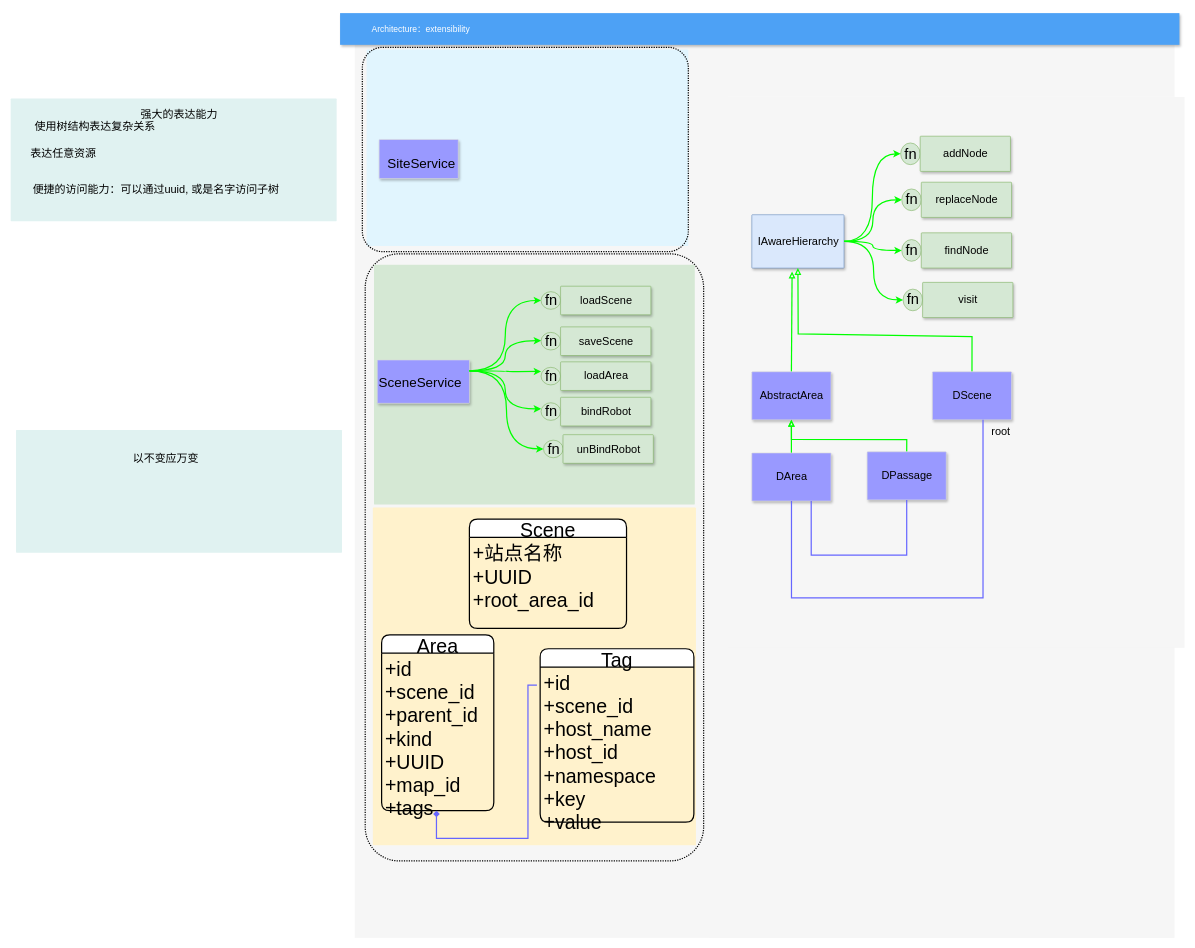
Earlier version of the draw.io diagram craft/a_site_model_2.drawio (feihu618/drawio). Source tidied: cells renumbered, new cells numbered last; positions are measured from the earlier drawing's top-left corner, leaving out a move shared by most shapes. Both pictures are drawn from the tidied source at 61%, with x=0, y=0 at pixel (10, 13).
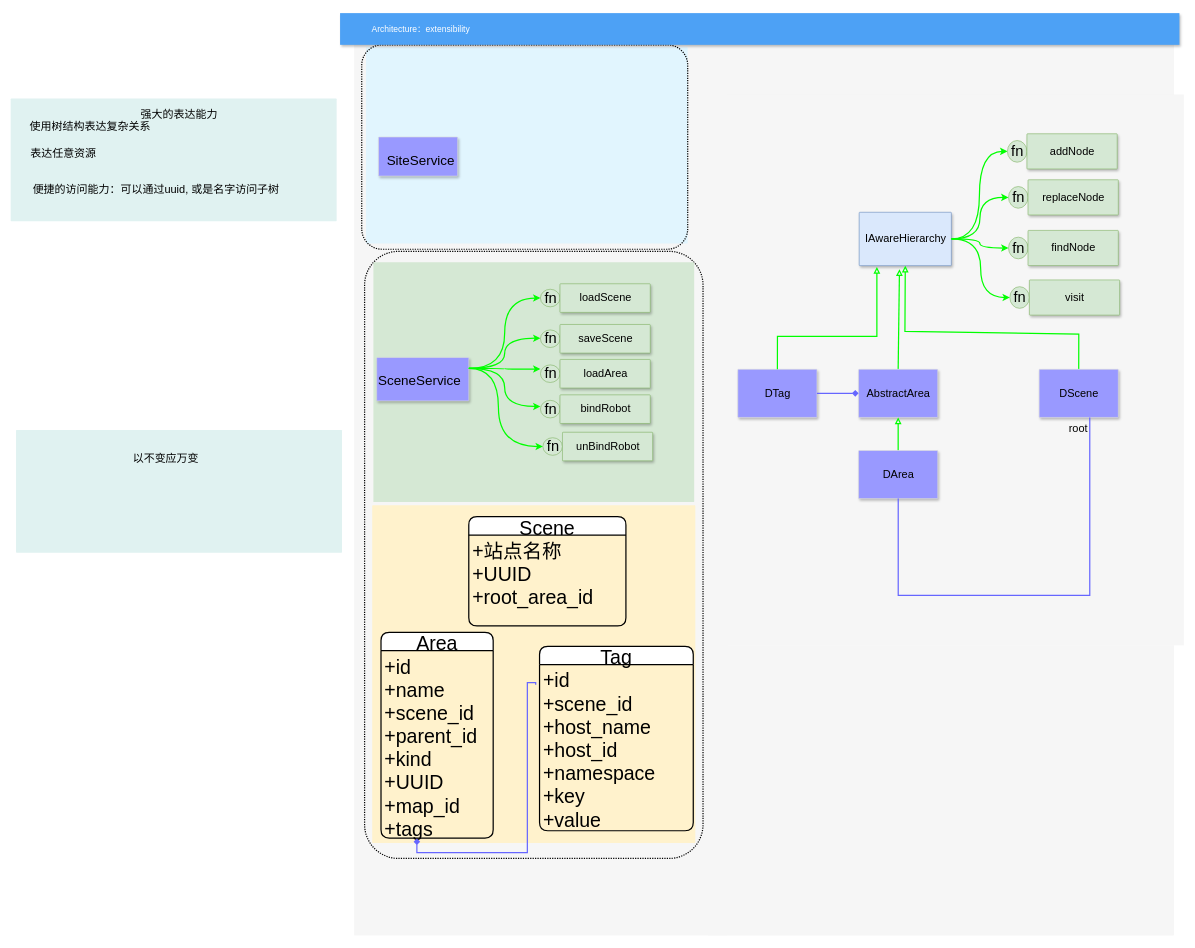
Above is the later version.

Unchanged cells that the change refers to:
```xml
<mxCell id="3" style="fillColor=#F6F6F6;strokeColor=none;shadow=0;gradientColor=none;fontSize=14;align=left;spacing=10;fontColor=#717171;9E9E9E;verticalAlign=top;spacingTop=-4;fontStyle=0;spacingLeft=40;html=1;" parent="2" vertex="1">
  <mxGeometry x="16" y="85.4" width="764.3" height="903.1" as="geometry" />
</mxCell>
<mxCell id="32" style="fillColor=#F6F6F6;strokeColor=none;shadow=0;gradientColor=none;fontSize=14;align=left;spacing=10;fontColor=#717171;9E9E9E;verticalAlign=top;spacingTop=-4;fontStyle=0;spacingLeft=40;html=1;" parent="2" vertex="1">
  <mxGeometry x="-580" y="-3.6" width="612" height="1467.6" as="geometry" />
</mxCell>
<mxCell id="46" style="group;" parent="32" vertex="1">
  <mxGeometry x="31.6" y="364.1" width="525.9" height="393.1" as="geometry" />
</mxCell>
<mxCell id="48" style="strokeColor=#dddddd;fillColor=#9999FF;shadow=1;strokeWidth=1;rounded=1;absoluteArcSize=1;arcSize=2;fontSize=10;fontColor=#9E9E9E;align=center;html=1;" parent="46" vertex="1">
  <mxGeometry x="5.4" y="156.1" width="151.1" height="71.1" as="geometry" />
</mxCell>
<mxCell id="67" value="fn" style="shape=mxgraph.electrical.abstract.function;html=1;shadow=0;dashed=0;align=center;strokeWidth=1;fontSize=24;fillColor=#d5e8d4;strokeColor=#82b366;" parent="66" vertex="1">
  <mxGeometry y="9" width="32" height="28.8" as="geometry" />
</mxCell>
```

Change to the diagram source:
```diff
@@
     <mxCell id="2" style="sketch=0;rounded=1;absoluteArcSize=1;arcSize=2;html=1;strokeColor=none;gradientColor=none;shadow=0;dashed=0;fontSize=12;fontColor=#9E9E9E;align=left;verticalAlign=top;spacing=10;spacingTop=-4;fillColor=#F6F6F6;" parent="1" vertex="1">
-      <mxGeometry x="1144" y="52" width="764" height="1464" as="geometry" />
+      <mxGeometry x="1143" y="48" width="764" height="1464" as="geometry" />
     </mxCell>
@@
     <mxCell id="4" value="&lt;font style=&quot;font-size: 18px&quot;&gt;IAwareHierarchy&lt;/font&gt;" style="strokeColor=#6c8ebf;fillColor=#dae8fc;shadow=1;strokeWidth=1;rounded=1;absoluteArcSize=1;arcSize=2;fontSize=10;align=center;html=1;" parent="3" vertex="1">
-      <mxGeometry x="55" y="193.1" width="151.1" height="87.5" as="geometry" />
+      <mxGeometry x="232" y="193.1" width="151.1" height="87.5" as="geometry" />
     </mxCell>
@@
     <mxCell id="6" value="&lt;font style=&quot;font-size: 18px&quot; color=&quot;#000000&quot;&gt;AbstractArea&lt;/font&gt;" style="strokeColor=#dddddd;fillColor=#9999FF;shadow=1;strokeWidth=1;rounded=1;absoluteArcSize=1;arcSize=2;fontSize=10;fontColor=#9E9E9E;align=center;html=1;" parent="3" vertex="1">
-      <mxGeometry x="55" y="450.5" width="129.8" height="78.9" as="geometry" />
+      <mxGeometry x="231" y="450.5" width="129.8" height="78.9" as="geometry" />
     </mxCell>
@@
     <mxCell id="8" value="&lt;font style=&quot;font-size: 18px&quot; color=&quot;#000000&quot;&gt;DArea&lt;/font&gt;" style="strokeColor=#dddddd;fillColor=#9999FF;shadow=1;strokeWidth=1;rounded=1;absoluteArcSize=1;arcSize=2;fontSize=10;fontColor=#9E9E9E;align=center;html=1;" parent="3" vertex="1">
-      <mxGeometry x="55" y="583.6" width="129.8" height="78.9" as="geometry" />
+      <mxGeometry x="231" y="583.6" width="129.8" height="78.9" as="geometry" />
     </mxCell>
-    <mxCell id="9" style="edgeStyle=none;rounded=0;jettySize=auto;html=1;exitX=0.5;exitY=0;exitDx=0;exitDy=0;entryX=0.5;entryY=1;entryDx=0;entryDy=0;fontSize=18;fontColor=#000000;startArrow=none;startFill=0;endArrow=block;endFill=0;strokeColor=#00FF00;strokeWidth=2;" parent="3" edge="1" source="10" target="6">
-      <mxGeometry relative="1" as="geometry">
-        <Array as="points">
-          <mxPoint x="309" y="561.8" />
-          <mxPoint x="120" y="561.4" />
-        </Array>
-      </mxGeometry>
-    </mxCell>
-    <mxCell id="10" value="&lt;font style=&quot;font-size: 18px&quot; color=&quot;#000000&quot;&gt;DPassage&lt;/font&gt;" style="strokeColor=#dddddd;fillColor=#9999FF;shadow=1;strokeWidth=1;rounded=1;absoluteArcSize=1;arcSize=2;fontSize=10;fontColor=#9E9E9E;align=center;html=1;" parent="3" vertex="1">
-      <mxGeometry x="244" y="581.7" width="129.8" height="78.9" as="geometry" />
-    </mxCell>
     <mxCell id="11" style="edgeStyle=none;rounded=0;jettySize=auto;html=1;entryX=0.5;entryY=1;entryDx=0;entryDy=0;fontSize=18;fontColor=#000000;startArrow=none;startFill=0;endArrow=block;endFill=0;strokeColor=#00FF00;strokeWidth=2;exitX=0.5;exitY=0;exitDx=0;exitDy=0;" parent="3" edge="1" source="12" target="4">
       <mxGeometry relative="1" as="geometry">
         <Array as="points">
-          <mxPoint x="416" y="392.8" />
-          <mxPoint x="131" y="388.3" />
+          <mxPoint x="592" y="392.8" />
+          <mxPoint x="307" y="388.3" />
         </Array>
       </mxGeometry>
     </mxCell>
     <mxCell id="12" value="&lt;font style=&quot;font-size: 18px&quot; color=&quot;#000000&quot;&gt;DScene&lt;/font&gt;" style="strokeColor=#dddddd;fillColor=#9999FF;shadow=1;strokeWidth=1;rounded=1;absoluteArcSize=1;arcSize=2;fontSize=10;fontColor=#9E9E9E;align=center;html=1;" parent="3" vertex="1">
-      <mxGeometry x="351" y="450.5" width="129.8" height="78.9" as="geometry" />
+      <mxGeometry x="527" y="450.5" width="129.8" height="78.9" as="geometry" />
     </mxCell>
     <mxCell id="13" style="group;" parent="3" vertex="1">
-      <mxGeometry x="299" y="64.4" width="180" height="57.7" as="geometry" />
+      <mxGeometry x="475" y="64.4" width="180" height="57.7" as="geometry" />
     </mxCell>
@@
     <mxCell id="16" style="group;" parent="3" vertex="1">
-      <mxGeometry x="300.8" y="139.8" width="180" height="57.7" as="geometry" />
+      <mxGeometry x="476.8" y="139.8" width="180" height="57.7" as="geometry" />
     </mxCell>
@@
     <mxCell id="19" style="group;" parent="3" vertex="1">
-      <mxGeometry x="300.8" y="222.8" width="180" height="57.7" as="geometry" />
+      <mxGeometry x="476.8" y="222.8" width="180" height="57.7" as="geometry" />
     </mxCell>
@@
     <mxCell id="22" style="group;" parent="3" vertex="1">
-      <mxGeometry x="303" y="304" width="180" height="57.7" as="geometry" />
+      <mxGeometry x="479" y="304" width="180" height="57.7" as="geometry" />
     </mxCell>
@@
     <mxCell id="29" style="edgeStyle=orthogonalEdgeStyle;rounded=0;jettySize=auto;html=1;fontColor=#7F00FF;endArrow=none;endFill=0;strokeColor=#6666FF;strokeWidth=2;" parent="3" edge="1" source="12" target="8">
       <mxGeometry relative="1" as="geometry">
         <Array as="points">
-          <mxPoint x="434" y="821.2" />
-          <mxPoint x="120" y="821.2" />
+          <mxPoint x="610" y="821.2" />
+          <mxPoint x="296" y="821.2" />
         </Array>
       </mxGeometry>
     </mxCell>
     <mxCell id="30" value="root" style="text;html=1;align=center;verticalAlign=middle;fillColor=none;strokeColor=none;rounded=0;fontSize=18;fontColor=#000000;" parent="3" vertex="1">
-      <mxGeometry x="441" y="534.8" width="44" height="28" as="geometry" />
+      <mxGeometry x="569" y="534.8" width="44" height="28" as="geometry" />
     </mxCell>
-    <mxCell id="31" style="edgeStyle=orthogonalEdgeStyle;rounded=0;jettySize=auto;html=1;fontColor=#7F00FF;endArrow=none;endFill=0;strokeColor=#6666FF;strokeWidth=2;exitX=0.5;exitY=1;exitDx=0;exitDy=0;entryX=0.75;entryY=1;entryDx=0;entryDy=0;" parent="3" edge="1" source="10" target="8">
-      <mxGeometry relative="1" as="geometry">
-        <Array as="points">
-          <mxPoint x="309" y="751" />
-          <mxPoint x="152" y="751" />
-        </Array>
-      </mxGeometry>
-    </mxCell>
+    <mxCell id="78" value="&lt;font style=&quot;font-size: 18px&quot; color=&quot;#000000&quot;&gt;DTag&lt;/font&gt;" style="strokeColor=#dddddd;fillColor=#9999FF;shadow=1;strokeWidth=1;rounded=1;absoluteArcSize=1;arcSize=2;fontSize=10;fontColor=#9E9E9E;align=center;html=1;" parent="3" vertex="1">
+      <mxGeometry x="33" y="450.5" width="129.8" height="78.9" as="geometry" />
+    </mxCell>
+    <mxCell id="79" style="edgeStyle=none;rounded=0;jettySize=auto;html=1;fontSize=18;fontColor=#000000;startArrow=none;startFill=0;endArrow=block;endFill=0;strokeColor=#00FF00;strokeWidth=2;exitX=0.5;exitY=0;exitDx=0;exitDy=0;" parent="3" edge="1" source="78">
+      <mxGeometry relative="1" as="geometry">
+        <mxPoint x="261" y="282.6" as="targetPoint" />
+        <Array as="points">
+          <mxPoint x="98" y="396.6" />
+          <mxPoint x="261" y="396.6" />
+        </Array>
+      </mxGeometry>
+    </mxCell>
+    <mxCell id="80" style="edgeStyle=orthogonalEdgeStyle;rounded=0;jettySize=auto;html=1;fontColor=#7F00FF;endArrow=diamond;endFill=1;strokeColor=#6666FF;strokeWidth=2;exitX=1;exitY=0.5;exitDx=0;exitDy=0;entryX=0;entryY=0.5;entryDx=0;entryDy=0;" parent="3" edge="1" source="78" target="6">
+      <mxGeometry relative="1" as="geometry">
+        <Array as="points">
+          <mxPoint x="197" y="490" />
+          <mxPoint x="197" y="490" />
+        </Array>
+      </mxGeometry>
+    </mxCell>
@@
     <mxCell id="40" value="Area" style="swimlane;horizontal=1;startSize=30;rounded=1;fontSize=32;fontStyle=0;strokeWidth=2;shadow=0;dashed=0;align=center;" parent="32" vertex="1">
-      <mxGeometry x="44.1" y="970.8" width="183.9" height="288.2" as="geometry" />
+      <mxGeometry x="44.1" y="970.8" width="183.9" height="337.2" as="geometry" />
     </mxCell>
-    <mxCell id="41" value="+id&#10;+scene_id&#10;+parent_id&#10;+kind&#10;+UUID&#10;+map_id&#10;+tags" style="align=left;strokeColor=none;fillColor=none;spacingLeft=4;fontSize=32;verticalAlign=top;" parent="40" vertex="1">
-      <mxGeometry y="30" width="183.9" height="258.2" as="geometry" />
+    <mxCell id="41" value="+id&#10;+name&#10;+scene_id&#10;+parent_id&#10;+kind&#10;+UUID&#10;+map_id&#10;+tags" style="align=left;strokeColor=none;fillColor=none;spacingLeft=4;fontSize=32;verticalAlign=top;" parent="40" vertex="1">
+      <mxGeometry y="30" width="183.9" height="307.2" as="geometry" />
     </mxCell>
     <mxCell id="42" value="Tag" style="swimlane;horizontal=1;startSize=30;rounded=1;fontSize=32;fontStyle=0;strokeWidth=2;shadow=0;dashed=0;align=center;" parent="32" vertex="1">
-      <mxGeometry x="304" y="993.6" width="252" height="284.4" as="geometry" />
+      <mxGeometry x="304" y="993.6" width="252" height="302.4" as="geometry" />
     </mxCell>
     <mxCell id="43" value="+id&#10;+scene_id&#10;+host_name&#10;+host_id&#10;+namespace&#10;+key&#10;+value&#10;" style="align=left;strokeColor=none;fillColor=none;spacingLeft=4;fontSize=32;verticalAlign=top;" parent="42" vertex="1">
-      <mxGeometry y="30" width="252" height="254.4" as="geometry" />
+      <mxGeometry y="30" width="252" height="272.4" as="geometry" />
     </mxCell>
-    <mxCell id="44" style="edgeStyle=orthogonalEdgeStyle;rounded=0;jettySize=auto;html=1;fontColor=#7F00FF;endArrow=diamond;endFill=1;strokeColor=#6666FF;strokeWidth=2;exitX=-0.025;exitY=0.121;exitDx=0;exitDy=0;exitPerimeter=0;" parent="32" edge="1" source="43" target="41">
+    <mxCell id="44" style="edgeStyle=orthogonalEdgeStyle;rounded=0;jettySize=auto;html=1;fontColor=#7F00FF;endArrow=diamond;endFill=1;strokeColor=#6666FF;strokeWidth=2;exitX=-0.025;exitY=0.121;exitDx=0;exitDy=0;exitPerimeter=0;entryX=0.32;entryY=1.002;entryDx=0;entryDy=0;entryPerimeter=0;" parent="32" edge="1" source="43" target="41">
       <mxGeometry relative="1" as="geometry">
         <Array as="points">
-          <mxPoint x="284" y="1053.3" />
-          <mxPoint x="284" y="1304.5" />
-          <mxPoint x="134" y="1304.5" />
+          <mxPoint x="298" y="1053" />
+          <mxPoint x="284" y="1053" />
+          <mxPoint x="284" y="1332" />
+          <mxPoint x="103" y="1332" />
         </Array>
       </mxGeometry>
     </mxCell>
@@
     <mxCell id="69" style="edgeStyle=orthogonalEdgeStyle;curved=1;rounded=0;jettySize=auto;html=1;startArrow=classic;startFill=1;endArrow=none;endFill=0;strokeColor=#00FF00;strokeWidth=2;exitX=0;exitY=0.5;exitDx=0;exitDy=0;exitPerimeter=0;entryX=1;entryY=0.25;entryDx=0;entryDy=0;" parent="46" edge="1" source="67" target="48">
-      <mxGeometry relative="1" as="geometry" />
+      <mxGeometry relative="1" as="geometry">
+        <Array as="points">
+          <mxPoint x="205" y="302" />
+          <mxPoint x="205" y="174" />
+        </Array>
+      </mxGeometry>
     </mxCell>
@@
     <mxCell id="72" value="使用树结构表达复杂关系" style="text;html=1;align=center;verticalAlign=middle;fillColor=none;strokeColor=none;rounded=0;fontSize=18;" parent="1" vertex="1">
-      <mxGeometry x="32" y="172" width="212" height="28" as="geometry" />
+      <mxGeometry x="24" y="172" width="212" height="28" as="geometry" />
     </mxCell>
```
